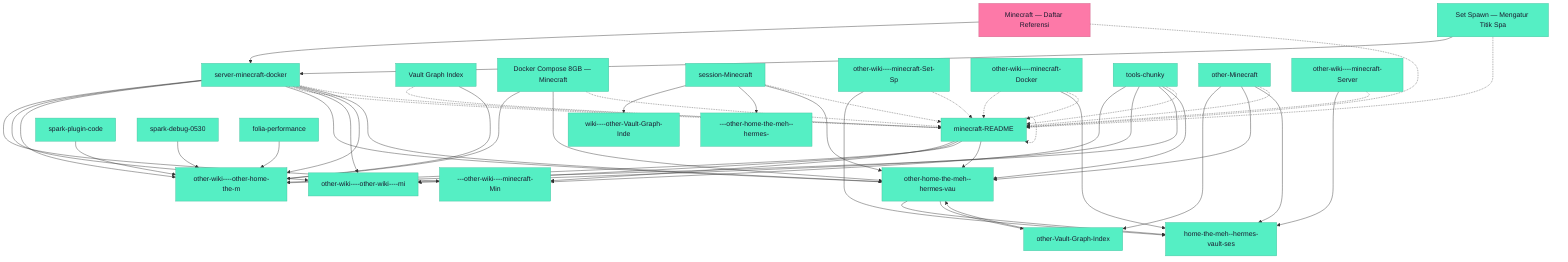
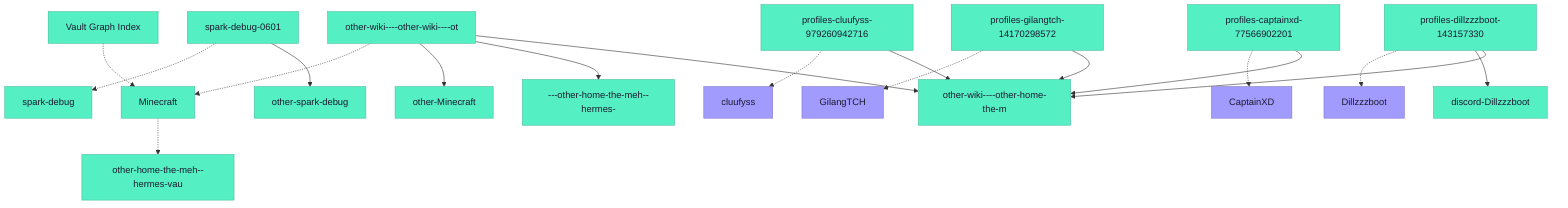
graph TD
-     n0[Minecraft — Daftar Referensi] --> n1[server-minecraft-docker]
-     n0[Minecraft — Daftar Referensi] -.-> n2[minecraft-README]
-     n3[Set Spawn — Mengatur Titik Spa] --> n1[server-minecraft-docker]
-     n3[Set Spawn — Mengatur Titik Spa] -.-> n2[minecraft-README]
-     n4[Vault Graph Index] -.-> n2[minecraft-README]
-     n5[Docker Compose 8GB — Minecraft] --> n6[other-wiki----other-home-the-m]
-     n5[Docker Compose 8GB — Minecraft] --> n7[other-home-the-meh--hermes-vau]
-     n5[Docker Compose 8GB — Minecraft] -.-> n2[minecraft-README]
-     n1[server-minecraft-docker] --> n8[---other-wiki----minecraft-Min]
-     n1[server-minecraft-docker] --> n9[other-wiki----other-wiki----mi]
-     n1[server-minecraft-docker] --> n6[other-wiki----other-home-the-m]
-     n1[server-minecraft-docker] --> n7[other-home-the-meh--hermes-vau]
-     n1[server-minecraft-docker] -.-> n2[minecraft-README]
-     n1[server-minecraft-docker] --> n9[other-wiki----other-wiki----mi]
-     n1[server-minecraft-docker] --> n6[other-wiki----other-home-the-m]
-     n1[server-minecraft-docker] --> n7[other-home-the-meh--hermes-vau]
-     n1[server-minecraft-docker] -.-> n2[minecraft-README]
-     n10[session-Minecraft] --> n11[wiki----other-Vault-Graph-Inde]
-     n10[session-Minecraft] --> n12[---other-home-the-meh--hermes-]
-     n10[session-Minecraft] --> n7[other-home-the-meh--hermes-vau]
-     n10[session-Minecraft] -.-> n2[minecraft-README]
-     n7[other-home-the-meh--hermes-vau] --> n13[home-the-meh--hermes-vault-ses]
-     n7[other-home-the-meh--hermes-vau] --> n14[other-Vault-Graph-Index]
-     n15[other-wiki----minecraft-Set-Sp] --> n13[home-the-meh--hermes-vault-ses]
-     n15[other-wiki----minecraft-Set-Sp] -.-> n2[minecraft-README]
-     n16[other-wiki----minecraft-Docker] -.-> n2[minecraft-README]
-     n16[other-wiki----minecraft-Docker] --> n13[home-the-meh--hermes-vault-ses]
-     n16[other-wiki----minecraft-Docker] -.-> n2[minecraft-README]
-     n17[tools-chunky] --> n8[---other-wiki----minecraft-Min]
-     n17[tools-chunky] --> n9[other-wiki----other-wiki----mi]
-     n17[tools-chunky] --> n6[other-wiki----other-home-the-m]
-     n17[tools-chunky] --> n7[other-home-the-meh--hermes-vau]
-     n17[tools-chunky] -.-> n2[minecraft-README]
-     n18[other-Minecraft] --> n14[other-Vault-Graph-Index]
-     n18[other-Minecraft] --> n7[other-home-the-meh--hermes-vau]
-     n18[other-Minecraft] --> n13[home-the-meh--hermes-vault-ses]
-     n18[other-Minecraft] -.-> n2[minecraft-README]
-     n2[minecraft-README] --> n8[---other-wiki----minecraft-Min]
-     n2[minecraft-README] --> n9[other-wiki----other-wiki----mi]
-     n2[minecraft-README] --> n6[other-wiki----other-home-the-m]
-     n2[minecraft-README] --> n7[other-home-the-meh--hermes-vau]
-     n2[minecraft-README] -.-> n2[minecraft-README]
-     n4[Vault Graph Index] --> n6[other-wiki----other-home-the-m]
-     n19[spark-plugin-code] --> n6[other-wiki----other-home-the-m]
-     n20[spark-debug-0530] --> n6[other-wiki----other-home-the-m]
-     n21[folia-performance] --> n6[other-wiki----other-home-the-m]
-     n14[other-Vault-Graph-Index] --> n7[other-home-the-meh--hermes-vau]
-     n22[other-wiki----minecraft-Server] --> n13[home-the-meh--hermes-vault-ses]
-     n22[other-wiki----minecraft-Server] -.-> n2[minecraft-README]
+     n0[Vault Graph Index] -.-> n1[Minecraft]
+     n2[spark-debug-0601] --> n3[other-spark-debug]
+     n2[spark-debug-0601] -.-> n4[spark-debug]
+     n5[other-wiki----other-wiki----ot] --> n6[other-wiki----other-home-the-m]
+     n5[other-wiki----other-wiki----ot] --> n7[---other-home-the-meh--hermes-]
+     n5[other-wiki----other-wiki----ot] --> n8[other-Minecraft]
+     n5[other-wiki----other-wiki----ot] -.-> n1[Minecraft]
+     n9[profiles-cluufyss-979260942716] --> n6[other-wiki----other-home-the-m]
+     n9[profiles-cluufyss-979260942716] -.-> n10[cluufyss]
+     n11[profiles-dillzzzboot-143157330] --> n6[other-wiki----other-home-the-m]
+     n11[profiles-dillzzzboot-143157330] --> n12[discord-Dillzzzboot]
+     n11[profiles-dillzzzboot-143157330] -.-> n13[Dillzzzboot]
+     n14[profiles-captainxd-77566902201] --> n6[other-wiki----other-home-the-m]
+     n14[profiles-captainxd-77566902201] -.-> n15[CaptainXD]
+     n1[Minecraft] -.-> n16[other-home-the-meh--hermes-vau]
+     n17[profiles-gilangtch-14170298572] --> n6[other-wiki----other-home-the-m]
+     n17[profiles-gilangtch-14170298572] -.-> n18[GilangTCH]

    %% Node type coloring
    classDef wiki fill:#4ecdc4,stroke:#3a9d94,color:#1a1a2e
    classDef session fill:#ff6b6b,stroke:#cc5555,color:#1a1a2e
    classDef concept fill:#ffe66d,stroke:#ccb855,color:#1a1a2e
    classDef discord fill:#a29bfe,stroke:#8278cc,color:#1a1a2e
    classDef minecraft fill:#fd79a8,stroke:#cc6086,color:#1a1a2e
    classDef other fill:#55efc4,stroke:#44bf9d,color:#1a1a2e

-     class n0 minecraft
+     class n0 other
    class n1 other
    class n2 other
    class n3 other
    class n4 other
    class n5 other
    class n6 other
    class n7 other
    class n8 other
    class n9 other
-     class n10 other
+     class n10 discord
    class n11 other
    class n12 other
-     class n13 other
+     class n13 discord
    class n14 other
-     class n15 other
+     class n15 discord
    class n16 other
    class n17 other
-     class n18 other
-     class n19 other
-     class n20 other
-     class n21 other
-     class n22 other+     class n18 discord